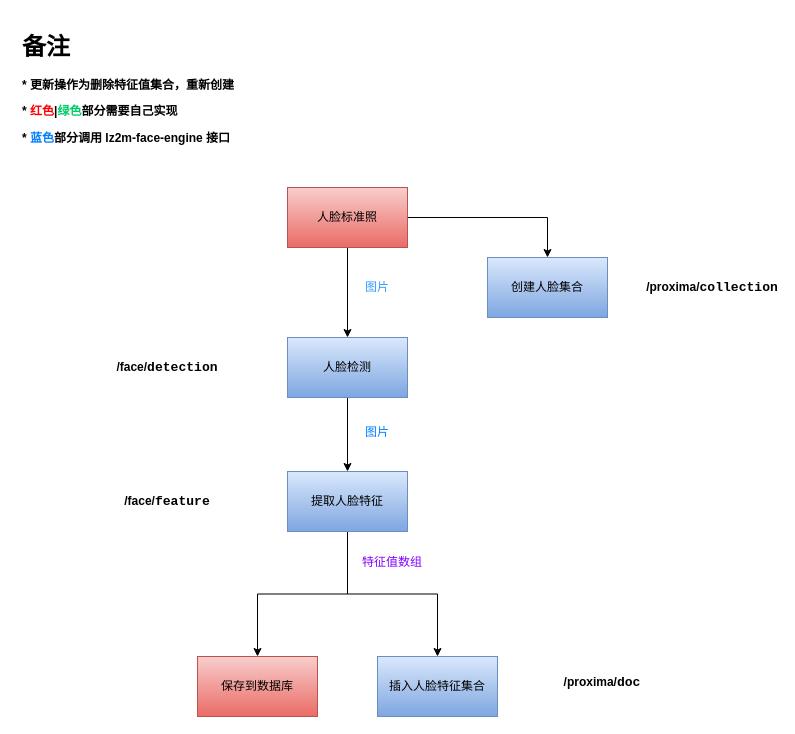
Before: 人脸标准照维护.drawio in liz2m/draw.images, a draw.io diagram. Source tidied: cells renumbered, new cells numbered last; positions are measured from the earlier drawing's top-left corner, leaving out a move shared by most shapes. Both pictures are drawn from the tidied source at 100%, with x=0, y=0 at pixel (17, 27).
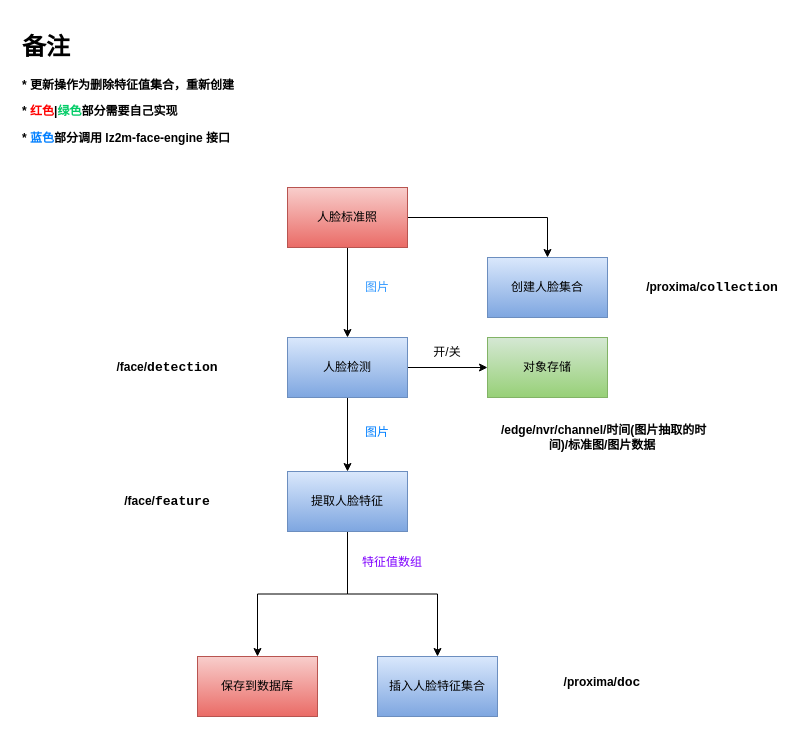
After the change.

Commit message (it also covers changes not shown here):
Update 人脸标准照维护.drawio

The change refers to these unchanged cells:
```xml
<mxCell id="13" value="人脸检测" style="rounded=0;whiteSpace=wrap;html=1;fillColor=#dae8fc;gradientColor=#7ea6e0;strokeColor=#6c8ebf;" parent="1" vertex="1">
  <mxGeometry x="270" y="310" width="120" height="60" as="geometry" />
</mxCell>
```

What changed in the source:
```diff
@@
+    <mxCell id="21" style="edgeStyle=orthogonalEdgeStyle;rounded=0;jettySize=auto;html=1;fontColor=#7F00FF;" parent="1" edge="1" source="13" target="22">
+      <mxGeometry relative="1" as="geometry" />
+    </mxCell>
@@
+    <mxCell id="22" value="对象存储" style="whiteSpace=wrap;html=1;fillColor=#d5e8d4;gradientColor=#97d077;strokeColor=#82b366;" parent="1" vertex="1">
+      <mxGeometry x="470" y="310" width="120" height="60" as="geometry" />
+    </mxCell>
+    <mxCell id="23" value="开/关" style="text;html=1;strokeColor=none;fillColor=none;align=center;verticalAlign=middle;whiteSpace=wrap;rounded=0;fontColor=#000000;" parent="1" vertex="1">
+      <mxGeometry x="400" y="310" width="60" height="30" as="geometry" />
+    </mxCell>
+    <mxCell id="24" value="&lt;div class=&quot;lake-content&quot;&gt;&lt;span class=&quot;ne-text&quot;&gt;&amp;nbsp;/edge/nvr/channel/时间(图片抽取的时间)/标准图/图片数据&lt;/span&gt;&lt;/div&gt;" style="text;html=1;strokeColor=none;fillColor=none;align=center;verticalAlign=middle;whiteSpace=wrap;fontStyle=1;" parent="1" vertex="1">
+      <mxGeometry x="470" y="390" width="230" height="40" as="geometry" />
+    </mxCell>
```
